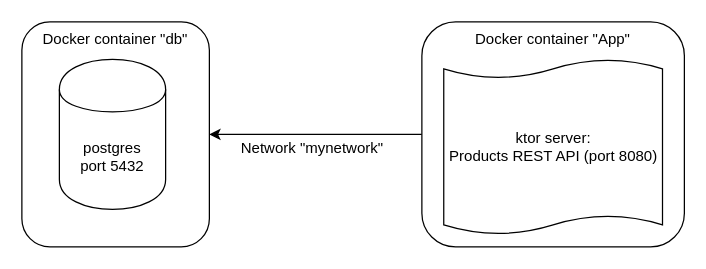
SerVB/e-shop keeps this draw.io diagram as docs/e-shop-architecture-graph.drawio. Above is the earlier version. Source tidied: cells renumbered, new cells numbered last; positions are measured from the earlier drawing's top-left corner, leaving out a move shared by most shapes. Both pictures are drawn from the tidied source at 125%, with x=0, y=0 at pixel (21, 21).
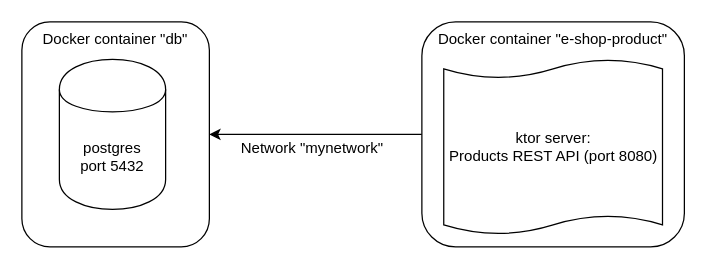
The same diagram, later.

Diff of the diagram source:
```diff
@@
 <mxGraphModel>
   <root>
     <mxCell id="0" />
     <mxCell id="1" parent="0" />
     <mxCell id="2" value="&lt;div&gt;Docker container &quot;db&quot;&lt;/div&gt;" style="rounded=1;whiteSpace=wrap;html=1;verticalAlign=top;" parent="1" vertex="1">
       <mxGeometry width="150" height="180" as="geometry" />
     </mxCell>
     <mxCell id="3" value="&lt;div&gt;postgres&lt;/div&gt;&lt;div&gt;port 5432&lt;br&gt;&lt;/div&gt;" style="shape=cylinder;whiteSpace=wrap;html=1;boundedLbl=1;backgroundOutline=1;" parent="1" vertex="1">
       <mxGeometry x="30" y="30" width="85" height="120" as="geometry" />
     </mxCell>
     <mxCell id="4" style="edgeStyle=orthogonalEdgeStyle;rounded=0;jettySize=auto;html=1;exitX=0;exitY=0.5;exitDx=0;exitDy=0;entryX=1;entryY=0.5;entryDx=0;entryDy=0;startArrow=none;startFill=0;endArrow=classic;endFill=1;" parent="1" edge="1" source="6" target="2">
       <mxGeometry relative="1" as="geometry" />
     </mxCell>
     <mxCell id="5" value="Network &quot;mynetwork&quot;" style="text;html=1;align=center;verticalAlign=middle;labelBackgroundColor=#ffffff;" parent="4" vertex="1">
       <mxGeometry x="-0.22" y="1" relative="1" as="geometry">
         <mxPoint x="-23" y="9" as="offset" />
       </mxGeometry>
     </mxCell>
-    <mxCell id="6" value="Docker container &quot;App&quot;" style="rounded=1;whiteSpace=wrap;html=1;verticalAlign=top;" parent="1" vertex="1">
+    <mxCell id="6" value="Docker container &quot;e-shop-product&quot;" style="rounded=1;whiteSpace=wrap;html=1;verticalAlign=top;" parent="1" vertex="1">
       <mxGeometry x="320" width="210" height="180" as="geometry" />
     </mxCell>
     <mxCell id="7" value="&lt;div&gt;ktor server:&lt;/div&gt;&lt;div&gt;Products REST API (port 8080)&lt;br&gt;&lt;/div&gt;" style="shape=tape;whiteSpace=wrap;html=1;size=0.1076923076923077;" parent="1" vertex="1">
       <mxGeometry x="337.5" y="30" width="175" height="140" as="geometry" />
     </mxCell>
   </root>
 </mxGraphModel>
```
